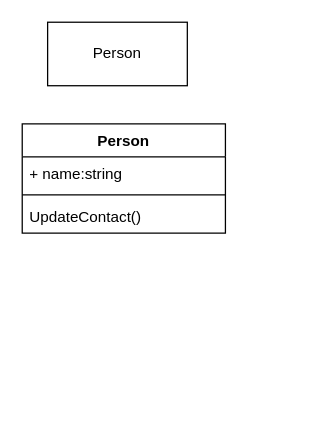
Earlier version of the draw.io diagram OOP/OOD UML.drawio (ronnie-kleinfeld/White-Paper). Source tidied: cells renumbered, new cells numbered last; positions are measured from the earlier drawing's top-left corner, leaving out a move shared by most shapes. Both pictures are drawn from the tidied source at 127%, with x=0, y=0 at pixel (22, 22).
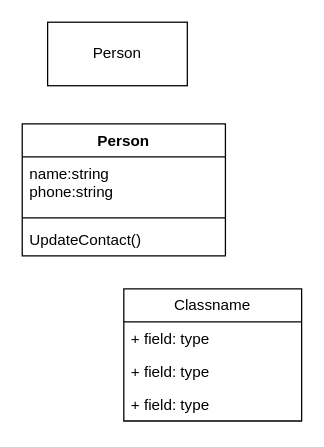
The same diagram, later.

Change to the diagram source:
```diff
@@
 <mxGraphModel>
   <root>
     <mxCell id="0" />
     <mxCell id="1" parent="0" />
     <mxCell id="2" value="Person" style="swimlane;fontStyle=1;align=center;verticalAlign=top;horizontal=1;startSize=26;whiteSpace=wrap;html=1;" parent="1" vertex="1">
-      <mxGeometry y="80" width="160" height="86" as="geometry" />
+      <mxGeometry y="80" width="160" height="104" as="geometry" />
     </mxCell>
-    <mxCell id="3" value="+ name:string" style="text;strokeColor=none;fillColor=none;align=left;verticalAlign=top;spacingLeft=4;spacingRight=4;overflow=hidden;whiteSpace=wrap;html=1;" parent="2" vertex="1">
-      <mxGeometry y="26" width="160" height="26" as="geometry" />
+    <mxCell id="3" value="name:string&lt;br&gt;phone:string" style="text;strokeColor=none;fillColor=none;align=left;verticalAlign=top;spacingLeft=4;spacingRight=4;overflow=hidden;whiteSpace=wrap;html=1;" parent="2" vertex="1">
+      <mxGeometry y="26" width="160" height="44" as="geometry" />
     </mxCell>
     <mxCell id="4" style="line;strokeWidth=1;fillColor=none;align=left;verticalAlign=middle;spacingTop=-1;spacingLeft=3;spacingRight=3;labelPosition=right;strokeColor=inherit;" parent="2" vertex="1">
-      <mxGeometry y="52" width="160" height="8" as="geometry" />
+      <mxGeometry y="70" width="160" height="8" as="geometry" />
     </mxCell>
     <mxCell id="5" value="UpdateContact()" style="text;strokeColor=none;fillColor=none;align=left;verticalAlign=top;spacingLeft=4;spacingRight=4;overflow=hidden;whiteSpace=wrap;html=1;" parent="2" vertex="1">
-      <mxGeometry y="60" width="160" height="26" as="geometry" />
+      <mxGeometry y="78" width="160" height="26" as="geometry" />
     </mxCell>
     <mxCell id="6" value="Person" style="html=1;whiteSpace=wrap;" parent="1" vertex="1">
       <mxGeometry x="20" width="110" height="50" as="geometry" />
     </mxCell>
+    <mxCell id="7" value="Classname" style="swimlane;fontStyle=0;horizontal=1;startSize=26;fillColor=none;whiteSpace=wrap;html=1;" parent="1" vertex="1">
+      <mxGeometry x="80" y="210" width="140" height="104" as="geometry" />
+    </mxCell>
+    <mxCell id="8" value="+ field: type" style="text;strokeColor=none;fillColor=none;align=left;verticalAlign=top;spacingLeft=4;spacingRight=4;overflow=hidden;whiteSpace=wrap;html=1;" parent="7" vertex="1">
+      <mxGeometry y="26" width="140" height="26" as="geometry" />
+    </mxCell>
+    <mxCell id="9" value="+ field: type" style="text;strokeColor=none;fillColor=none;align=left;verticalAlign=top;spacingLeft=4;spacingRight=4;overflow=hidden;whiteSpace=wrap;html=1;" parent="7" vertex="1">
+      <mxGeometry y="52" width="140" height="26" as="geometry" />
+    </mxCell>
+    <mxCell id="10" value="+ field: type" style="text;strokeColor=none;fillColor=none;align=left;verticalAlign=top;spacingLeft=4;spacingRight=4;overflow=hidden;whiteSpace=wrap;html=1;" parent="7" vertex="1">
+      <mxGeometry y="78" width="140" height="26" as="geometry" />
+    </mxCell>
   </root>
 </mxGraphModel>
```
